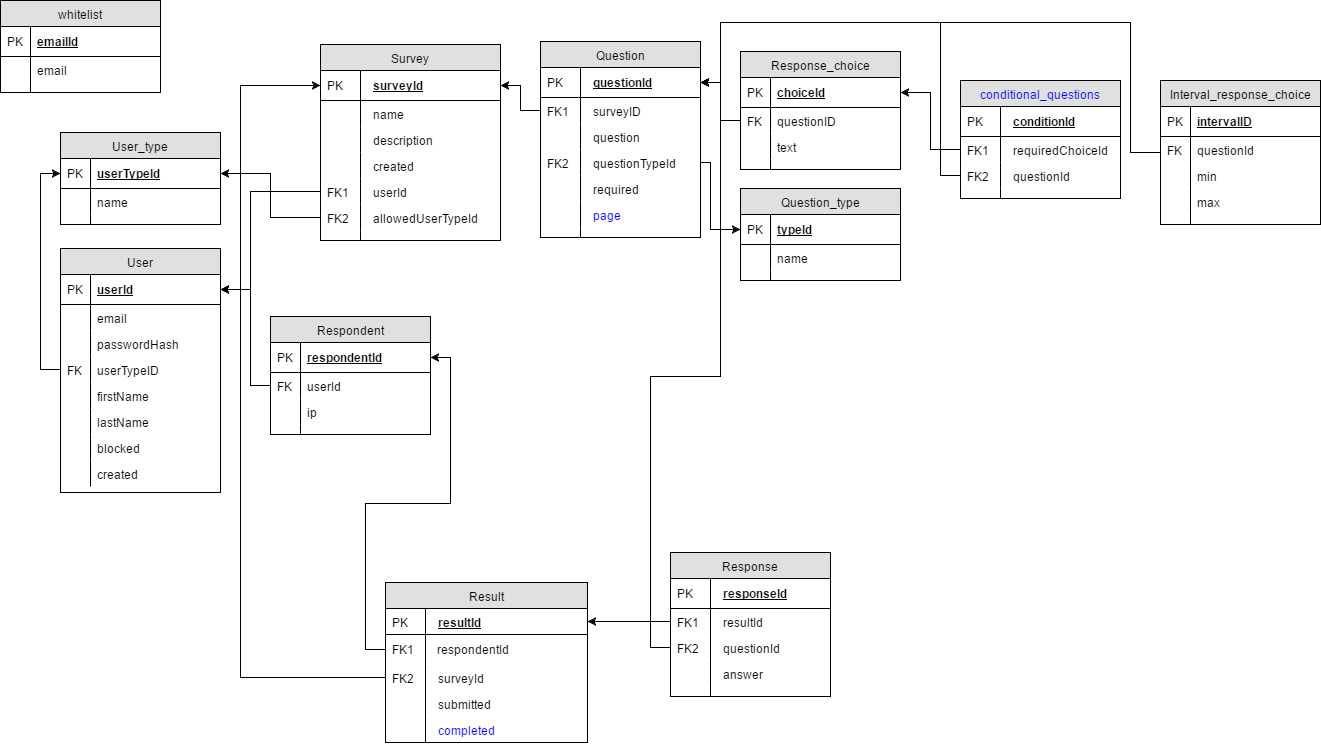
This is Apklausų DB.png from Javainis2017/SurveyApplication, a draw.io export, as it was before one commit. Source tidied: cells renumbered, new cells last; positions are measured from the earlier drawing's top-left corner, leaving out a move shared by most shapes.
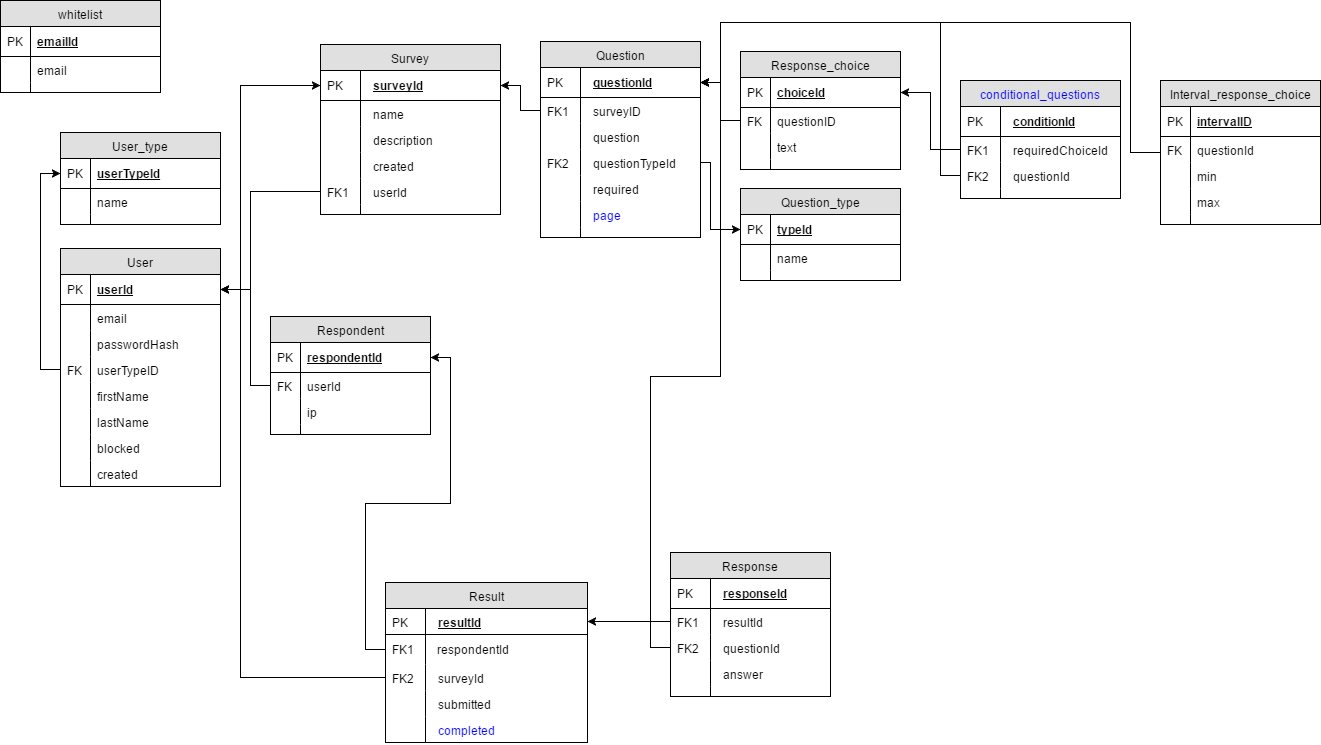
The same diagram one commit later.

Change to the diagram source:
```diff
@@ -3,7 +3,7 @@
     <mxCell id="0" />
     <mxCell id="1" parent="0" />
     <mxCell id="2" value="User" style="swimlane;html=1;fontStyle=0;horizontal=1;startSize=26;fillColor=#e0e0e0;swimlaneFillColor=#ffffff;align=center;" parent="1" vertex="1">
-      <mxGeometry x="60" y="248" width="160" height="244" as="geometry" />
+      <mxGeometry x="60" y="248" width="160" height="238" as="geometry" />
     </mxCell>
     <mxCell id="3" value="userId" style="shape=partialRectangle;top=0;left=0;right=0;bottom=1;html=1;align=left;verticalAlign=middle;fillColor=none;spacingLeft=34;spacingRight=4;whiteSpace=wrap;overflow=hidden;points=[[0,0.5],[1,0.5]];portConstraint=eastwest;fontStyle=5;" parent="2" vertex="1">
       <mxGeometry y="26" width="160" height="30" as="geometry" />
@@ -54,7 +54,7 @@
       <mxGeometry width="30" height="26" as="geometry" />
     </mxCell>
     <mxCell id="19" value="Survey" style="swimlane;html=1;fontStyle=0;horizontal=1;startSize=26;fillColor=#e0e0e0;swimlaneFillColor=#ffffff;align=center;" parent="1" vertex="1">
-      <mxGeometry x="320" y="44" width="180" height="196" as="geometry" />
+      <mxGeometry x="320" y="44" width="180" height="170" as="geometry" />
     </mxCell>
     <mxCell id="20" value="surveyId" style="shape=partialRectangle;top=0;left=0;right=0;bottom=1;html=1;align=left;verticalAlign=middle;fillColor=none;spacingLeft=50;spacingRight=4;whiteSpace=wrap;overflow=hidden;points=[[0,0.5],[1,0.5]];portConstraint=eastwest;fontStyle=5;" parent="19" vertex="1">
       <mxGeometry y="26" width="180" height="30" as="geometry" />
@@ -86,14 +86,8 @@
     <mxCell id="29" value="FK1" style="shape=partialRectangle;top=0;left=0;bottom=0;html=1;fillColor=none;align=left;verticalAlign=top;spacingLeft=4;spacingRight=4;whiteSpace=wrap;overflow=hidden;" parent="28" vertex="1">
       <mxGeometry width="40" height="26" as="geometry" />
     </mxCell>
-    <mxCell id="30" value="allowedUserTypeId" style="shape=partialRectangle;top=0;left=0;right=0;bottom=0;html=1;align=left;verticalAlign=top;fillColor=none;spacingLeft=50;spacingRight=4;whiteSpace=wrap;overflow=hidden;points=[[0,0.5],[1,0.5]];portConstraint=eastwest;labelBackgroundColor=none;strokeColor=#000000;fontColor=#000000;" parent="19" vertex="1">
-      <mxGeometry y="160" width="180" height="26" as="geometry" />
-    </mxCell>
-    <mxCell id="31" value="FK2" style="shape=partialRectangle;top=0;left=0;bottom=0;html=1;fillColor=none;align=left;verticalAlign=top;spacingLeft=4;spacingRight=4;whiteSpace=wrap;overflow=hidden;" parent="30" vertex="1">
-      <mxGeometry width="40" height="26" as="geometry" />
-    </mxCell>
     <mxCell id="32" style="shape=partialRectangle;top=0;left=0;right=0;bottom=0;html=1;align=left;verticalAlign=top;fillColor=none;spacingLeft=50;spacingRight=4;whiteSpace=wrap;overflow=hidden;" parent="19" vertex="1">
-      <mxGeometry y="186" width="180" height="10" as="geometry" />
+      <mxGeometry y="160" width="180" height="10" as="geometry" />
     </mxCell>
     <mxCell id="33" style="shape=partialRectangle;top=0;left=0;bottom=0;html=1;fillColor=none;align=left;verticalAlign=top;spacingLeft=4;spacingRight=4;whiteSpace=wrap;overflow=hidden;" parent="32" vertex="1">
       <mxGeometry width="40" height="10" as="geometry" />
@@ -404,16 +398,6 @@
     <mxCell id="127" style="edgeStyle=orthogonalEdgeStyle;rounded=0;html=1;entryX=0;entryY=0.5;jettySize=auto;fontColor=#0000FF;" parent="1" edge="1" source="9" target="95">
       <mxGeometry relative="1" as="geometry" />
     </mxCell>
-    <mxCell id="128" style="edgeStyle=orthogonalEdgeStyle;rounded=0;html=1;entryX=1;entryY=0.5;jettySize=auto;fontColor=#000000;" parent="1" edge="1" source="129" target="42">
-      <mxGeometry relative="1" as="geometry">
-        <Array as="points">
-          <mxPoint x="1130" y="152" />
-          <mxPoint x="1130" y="22" />
-          <mxPoint x="720" y="22" />
-          <mxPoint x="720" y="82" />
-        </Array>
-      </mxGeometry>
-    </mxCell>
     <mxCell id="129" value="Interval_response_choice" style="swimlane;html=1;fontStyle=0;horizontal=1;startSize=26;fillColor=#e0e0e0;swimlaneFillColor=#ffffff;align=center;labelBackgroundColor=none;strokeColor=#000000;fontColor=#000000;" parent="1" vertex="1">
       <mxGeometry x="1160" y="80" width="160" height="144" as="geometry" />
     </mxCell>
@@ -447,6 +431,16 @@
     <mxCell id="139" style="shape=partialRectangle;top=0;left=0;bottom=0;html=1;fillColor=none;align=left;verticalAlign=top;spacingLeft=4;spacingRight=4;whiteSpace=wrap;overflow=hidden;" parent="138" vertex="1">
       <mxGeometry width="30" height="10" as="geometry" />
     </mxCell>
+    <mxCell id="128" style="edgeStyle=orthogonalEdgeStyle;rounded=0;html=1;entryX=1;entryY=0.5;jettySize=auto;fontColor=#000000;" parent="1" edge="1" source="129" target="42">
+      <mxGeometry relative="1" as="geometry">
+        <Array as="points">
+          <mxPoint x="1130" y="152" />
+          <mxPoint x="1130" y="22" />
+          <mxPoint x="720" y="22" />
+          <mxPoint x="720" y="82" />
+        </Array>
+      </mxGeometry>
+    </mxCell>
     <mxCell id="140" style="edgeStyle=orthogonalEdgeStyle;rounded=0;html=1;entryX=1;entryY=0.5;jettySize=auto;fontColor=#000000;" parent="1" edge="1" source="28" target="3">
       <mxGeometry relative="1" as="geometry">
         <Array as="points">
@@ -463,9 +457,6 @@
         </Array>
       </mxGeometry>
     </mxCell>
-    <mxCell id="142" style="edgeStyle=orthogonalEdgeStyle;rounded=0;html=1;entryX=1;entryY=0.5;jettySize=auto;fontColor=#000000;" parent="1" edge="1" source="30" target="95">
-      <mxGeometry relative="1" as="geometry" />
-    </mxCell>
     <mxCell id="143" style="edgeStyle=orthogonalEdgeStyle;rounded=0;html=1;entryX=1;entryY=0.5;jettySize=auto;fontColor=#000000;" parent="1" edge="1" source="59" target="42">
       <mxGeometry relative="1" as="geometry" />
     </mxCell>
```
